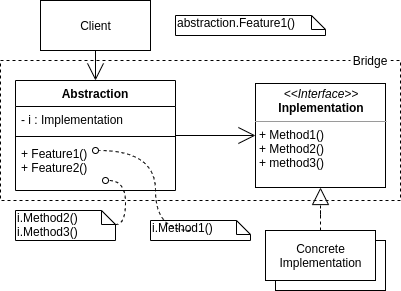
Before: source/images/2020/design_pattern/bridge.png, a diagram exported from draw.io (yongcongwang/blog). Source tidied: cells renumbered, new cells last; positions are measured from the earlier drawing's top-left corner, leaving out a move shared by most shapes. Its diagram source:
```xml
<mxGraphModel>
  <root>
    <mxCell id="0" />
    <mxCell id="1" parent="0" />
    <mxCell id="2" style="edgeStyle=orthogonalEdgeStyle;rounded=0;jettySize=auto;html=1;endArrow=open;endFill=0;endSize=15;" parent="1" edge="1" source="3" target="14">
      <mxGeometry relative="1" as="geometry" />
    </mxCell>
    <mxCell id="3" value="Client" style="html=1;" parent="1" vertex="1">
      <mxGeometry x="40" width="110" height="50" as="geometry" />
    </mxCell>
    <mxCell id="4" style="edgeStyle=orthogonalEdgeStyle;rounded=0;jettySize=auto;html=1;entryX=0;entryY=0.5;entryDx=0;entryDy=0;endArrow=open;endFill=0;endSize=15;" parent="1" edge="1" source="14" target="5">
      <mxGeometry relative="1" as="geometry" />
    </mxCell>
    <mxCell id="5" value="&lt;p style=&quot;margin: 0px ; margin-top: 4px ; text-align: center&quot;&gt;&lt;i&gt;&amp;lt;&amp;lt;Interface&amp;gt;&amp;gt;&lt;/i&gt;&lt;br&gt;&lt;b&gt;Inplementation&lt;/b&gt;&lt;/p&gt;&lt;hr size=&quot;1&quot;&gt;&lt;p style=&quot;margin: 0px ; margin-left: 4px&quot;&gt;&lt;span&gt;+ Method1()&lt;/span&gt;&lt;/p&gt;&lt;p style=&quot;margin: 0px ; margin-left: 4px&quot;&gt;+ Method2()&lt;/p&gt;&lt;p style=&quot;margin: 0px ; margin-left: 4px&quot;&gt;+ method3()&lt;/p&gt;" style="verticalAlign=top;align=left;overflow=fill;fontSize=12;fontFamily=Helvetica;html=1;" parent="1" vertex="1">
      <mxGeometry x="255" y="83" width="130" height="104" as="geometry" />
    </mxCell>
    <mxCell id="6" style="group;" parent="1" vertex="1">
      <mxGeometry x="265" y="230" width="120" height="60" as="geometry" />
    </mxCell>
    <mxCell id="7" value="Object" style="html=1;" parent="6" vertex="1">
      <mxGeometry x="10" y="10" width="110" height="50" as="geometry" />
    </mxCell>
    <mxCell id="8" value="Concrete&lt;br&gt;Implementation" style="html=1;" parent="6" vertex="1">
      <mxGeometry width="110" height="50" as="geometry" />
    </mxCell>
    <mxCell id="9" style="edgeStyle=orthogonalEdgeStyle;rounded=0;jettySize=auto;html=1;endArrow=block;endFill=0;endSize=15;dashed=1;" parent="1" edge="1" source="8" target="5">
      <mxGeometry relative="1" as="geometry" />
    </mxCell>
    <mxCell id="10" value="abstraction.Feature1()" style="shape=note;whiteSpace=wrap;html=1;size=14;verticalAlign=top;align=left;spacingTop=-6;" parent="1" vertex="1">
      <mxGeometry x="175" y="15" width="150" height="20" as="geometry" />
    </mxCell>
    <mxCell id="11" value="i.Method1()" style="shape=note;whiteSpace=wrap;html=1;size=14;verticalAlign=top;align=left;spacingTop=-6;" parent="1" vertex="1">
      <mxGeometry x="150" y="220" width="100" height="20" as="geometry" />
    </mxCell>
    <mxCell id="12" value="i.Method2()&lt;br&gt;i.Method3()" style="shape=note;whiteSpace=wrap;html=1;size=14;verticalAlign=top;align=left;spacingTop=-6;" parent="1" vertex="1">
      <mxGeometry x="15" y="210" width="100" height="30" as="geometry" />
    </mxCell>
    <mxCell id="13" style="endArrow=oval;dashed=1;html=1;exitX=0;exitY=0;exitDx=100;exitDy=14;exitPerimeter=0;edgeStyle=orthogonalEdgeStyle;curved=1;endFill=0;" parent="1" edge="1" source="12">
      <mxGeometry relative="1" as="geometry">
        <mxPoint x="105" y="180" as="targetPoint" />
        <Array as="points">
          <mxPoint x="125" y="224" />
          <mxPoint x="125" y="180" />
        </Array>
      </mxGeometry>
    </mxCell>
    <mxCell id="14" value="Abstraction" style="swimlane;fontStyle=1;align=center;verticalAlign=top;horizontal=1;startSize=26;" parent="1" vertex="1">
      <mxGeometry x="15" y="80" width="160" height="110" as="geometry" />
    </mxCell>
    <mxCell id="15" value="- i : Implementation" style="text;strokeColor=none;fillColor=none;align=left;verticalAlign=top;spacingLeft=4;spacingRight=4;overflow=hidden;" parent="14" vertex="1">
      <mxGeometry y="26" width="160" height="26" as="geometry" />
    </mxCell>
    <mxCell id="16" style="line;strokeWidth=1;fillColor=none;align=left;verticalAlign=middle;spacingTop=-1;spacingLeft=3;spacingRight=3;labelPosition=right;" parent="14" vertex="1">
      <mxGeometry y="52" width="160" height="8" as="geometry" />
    </mxCell>
    <mxCell id="17" value="+ Feature1()&#10;+ Feature2()" style="text;strokeColor=none;fillColor=none;align=left;verticalAlign=top;spacingLeft=4;spacingRight=4;overflow=hidden;" parent="14" vertex="1">
      <mxGeometry y="60" width="160" height="50" as="geometry" />
    </mxCell>
    <mxCell id="18" style="endArrow=oval;dashed=1;html=1;exitX=0.4;exitY=0.5;exitDx=0;exitDy=0;exitPerimeter=0;edgeStyle=orthogonalEdgeStyle;curved=1;endFill=0;" parent="14" edge="1" source="11">
      <mxGeometry relative="1" as="geometry">
        <mxPoint x="80" y="70" as="targetPoint" />
        <Array as="points">
          <mxPoint x="140" y="150" />
          <mxPoint x="140" y="70" />
        </Array>
      </mxGeometry>
    </mxCell>
    <mxCell id="19" style="rounded=0;whiteSpace=wrap;html=1;fillColor=none;dashed=1;" parent="1" vertex="1">
      <mxGeometry y="60" width="400" height="140" as="geometry" />
    </mxCell>
    <mxCell id="20" value="Bridge" style="text;html=1;strokeColor=none;align=center;verticalAlign=middle;whiteSpace=wrap;rounded=0;dashed=1;fillColor=#ffffff;" parent="1" vertex="1">
      <mxGeometry x="350" y="50" width="40" height="20" as="geometry" />
    </mxCell>
  </root>
</mxGraphModel>
```
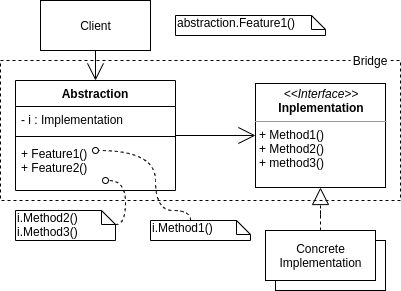
The same file after the commit.

The edit, as a diff of the source:
```diff
@@ -56,11 +56,13 @@
     <mxCell id="17" value="+ Feature1()&#10;+ Feature2()" style="text;strokeColor=none;fillColor=none;align=left;verticalAlign=top;spacingLeft=4;spacingRight=4;overflow=hidden;" parent="14" vertex="1">
       <mxGeometry y="60" width="160" height="50" as="geometry" />
     </mxCell>
-    <mxCell id="18" style="endArrow=oval;dashed=1;html=1;exitX=0.4;exitY=0.5;exitDx=0;exitDy=0;exitPerimeter=0;edgeStyle=orthogonalEdgeStyle;curved=1;endFill=0;" parent="14" edge="1" source="11">
+    <mxCell id="18" style="endArrow=oval;dashed=1;html=1;edgeStyle=orthogonalEdgeStyle;curved=1;endFill=0;" parent="14" edge="1">
       <mxGeometry relative="1" as="geometry">
+        <mxPoint x="175" y="140" as="sourcePoint" />
         <mxPoint x="80" y="70" as="targetPoint" />
         <Array as="points">
-          <mxPoint x="140" y="150" />
+          <mxPoint x="175" y="130" />
+          <mxPoint x="140" y="130" />
           <mxPoint x="140" y="70" />
         </Array>
       </mxGeometry>
```
